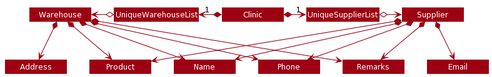
tohyuting/tp keeps this PlantUML diagram as docs/images/BetterModelClassDiagram.png. Above is the earlier version.
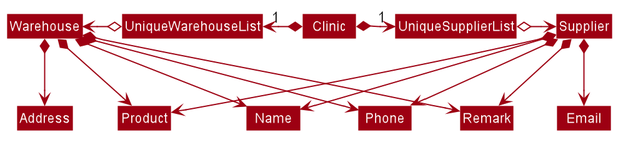
After the commit.

Commit message:
Update Sequence Diagram and Model write up

The edit, as a diff of the source:
```diff
@@ -1,29 +1,11 @@
 @startuml
-!define UI_COLOR #1D8900
-!define UI_COLOR_T1 #83E769
-!define UI_COLOR_T2 #3FC71B
-!define UI_COLOR_T3 #166800
-!define UI_COLOR_T4 #0E4100
 
-!define LOGIC_COLOR #3333C4
-!define LOGIC_COLOR_T1 #C8C8FA
-!define LOGIC_COLOR_T2 #6A6ADC
-!define LOGIC_COLOR_T3 #1616B0
-!define LOGIC_COLOR_T4 #101086
 
-!define MODEL_COLOR #9D0012
-!define MODEL_COLOR_T1 #F97181
-!define MODEL_COLOR_T2 #E41F36
-!define MODEL_COLOR_T3 #7B000E
-!define MODEL_COLOR_T4 #51000A
 
-!define STORAGE_COLOR #A38300
-!define STORAGE_COLOR_T1 #FFE374
-!define STORAGE_COLOR_T2 #EDC520
-!define STORAGE_COLOR_T3 #806600
-!define STORAGE_COLOR_T2 #544400
 
-!define USER_COLOR #000000
+
+
+
 
 skinparam BackgroundColor #FFFFFFF
 
@@ -38,8 +20,8 @@
 }
 
 skinparam Actor {
-    BorderColor USER_COLOR
-    Color USER_COLOR
+    BorderColor #000000
+    Color #000000
     FontName Arial
 }
 
@@ -56,7 +38,7 @@
     Padding 20
 }
 
-skinparam MinClassWidth 100
+skinparam MinClassWidth 50
 skinparam ParticipantPadding 10
 skinparam Shadowing false
 skinparam DefaultTextAlignment center
@@ -65,10 +47,9 @@
 hide footbox
 hide members
 hide circle
-
 skinparam arrowThickness 1.1
-skinparam arrowColor MODEL_COLOR
-skinparam classBackgroundColor MODEL_COLOR
+skinparam arrowColor #9D0012
+skinparam classBackgroundColor #9D0012
 
 Clinic *-right-> "1" UniqueSupplierList
 Clinic *-left-> "1" UniqueWarehouseList
@@ -79,11 +60,11 @@
 Supplier *--> Name
 Supplier *--> Phone
 Supplier *--> Email
-Supplier *--> Remarks
+Supplier *--> Remark
 Supplier *--> Product
 Warehouse *--> Name
 Warehouse *--> Phone
 Warehouse *--> Address
-Warehouse *--> Remarks
+Warehouse *--> Remark
 Warehouse *--> Product
 @enduml
```
